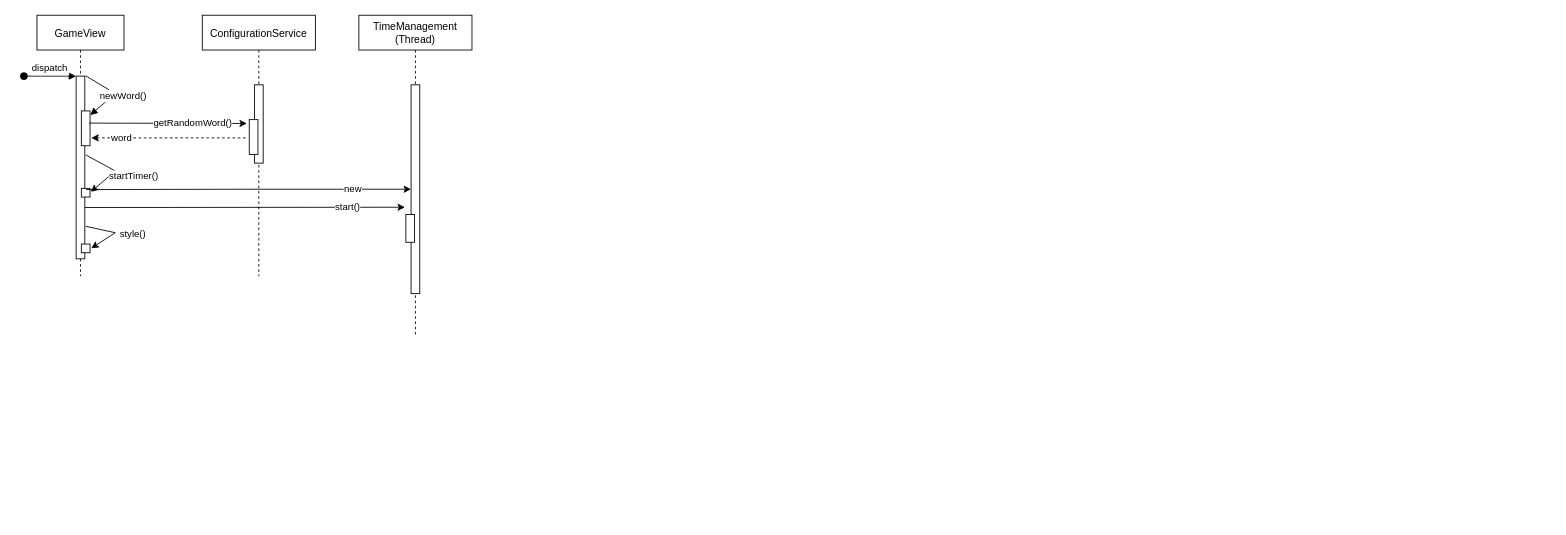
Before: SequenceDiagram.drawio in davidemarcoli/taboo-vaadin, a draw.io diagram. Source tidied: cells renumbered, new cells numbered last; positions are measured from the earlier drawing's top-left corner, leaving out a move shared by most shapes. Both pictures are drawn from the tidied source at 87%, with x=0, y=0 at pixel (23, 15).
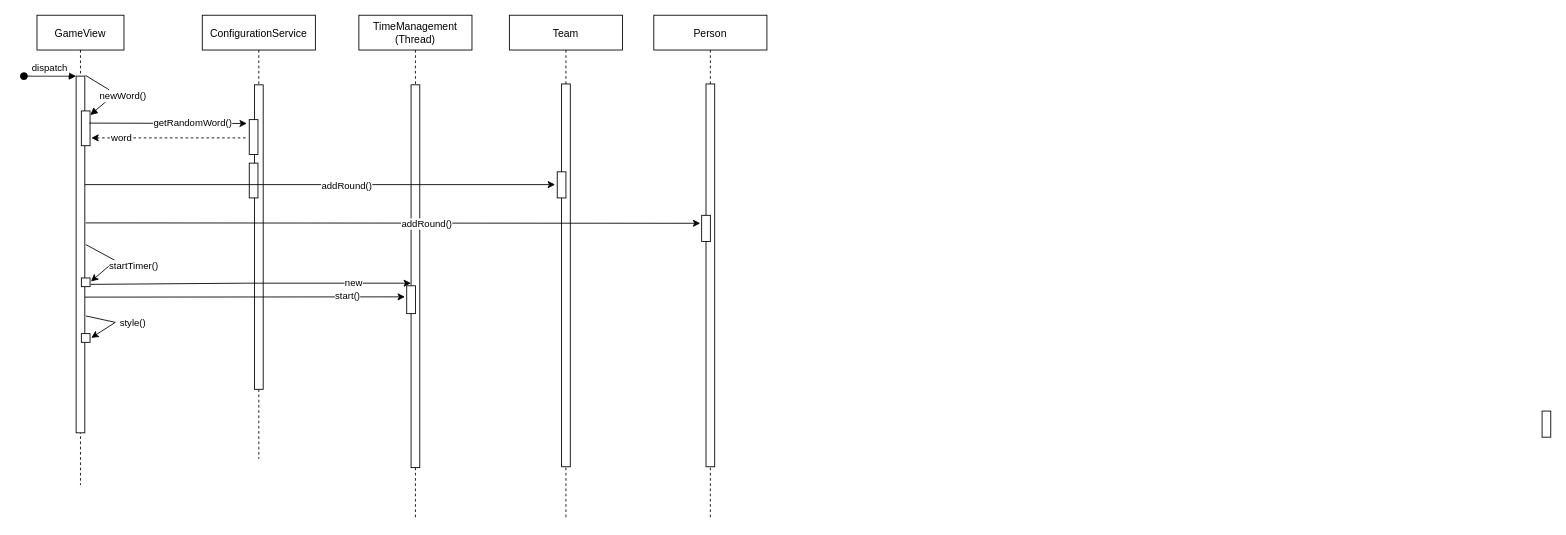
The same diagram, later.

Diff of the diagram source:
```diff
@@
     <mxCell id="2" value="GameView" style="shape=umlLifeline;perimeter=lifelinePerimeter;rounded=0;shadow=0;strokeWidth=1;" parent="1" vertex="1">
-      <mxGeometry x="15" width="100" height="300" as="geometry" />
+      <mxGeometry x="15" width="100" height="540" as="geometry" />
     </mxCell>
     <mxCell id="3" style="points=[];perimeter=orthogonalPerimeter;rounded=0;shadow=0;strokeWidth=1;" parent="2" vertex="1">
-      <mxGeometry x="45" y="70" width="10" height="210" as="geometry" />
+      <mxGeometry x="45" y="70" width="10" height="410" as="geometry" />
     </mxCell>
@@
     <mxCell id="7" style="endArrow=classic;html=1;rounded=0;exitX=1.114;exitY=0.377;exitDx=0;exitDy=0;exitPerimeter=0;entryX=1.105;entryY=0.4;entryDx=0;entryDy=0;entryPerimeter=0;" parent="2" edge="1" target="9">
       <mxGeometry relative="1" as="geometry">
-        <mxPoint x="56.1" y="160.6" as="sourcePoint" />
+        <mxPoint x="56.1" y="263.6" as="sourcePoint" />
         <Array as="points">
-          <mxPoint x="90" y="179" />
+          <mxPoint x="90" y="282" />
         </Array>
       </mxGeometry>
     </mxCell>
@@
     <mxCell id="9" style="points=[];perimeter=orthogonalPerimeter;rounded=0;shadow=0;strokeWidth=1;" parent="2" vertex="1">
-      <mxGeometry x="51" y="199" width="10" height="10" as="geometry" />
+      <mxGeometry x="51" y="302" width="10" height="10" as="geometry" />
     </mxCell>
     <mxCell id="10" value="ConfigurationService" style="shape=umlLifeline;perimeter=lifelinePerimeter;rounded=0;shadow=0;strokeWidth=1;" parent="1" vertex="1">
-      <mxGeometry x="205" width="130" height="300" as="geometry" />
+      <mxGeometry x="205" width="130" height="510" as="geometry" />
     </mxCell>
     <mxCell id="11" style="perimeter=orthogonalPerimeter;rounded=0;shadow=0;strokeWidth=1;" parent="10" vertex="1">
-      <mxGeometry x="60" y="80" width="10" height="90" as="geometry" />
+      <mxGeometry x="60" y="80" width="10" height="350" as="geometry" />
     </mxCell>
@@
+    <mxCell id="27" style="perimeter=orthogonalPerimeter;rounded=0;shadow=0;strokeWidth=1;" parent="10" vertex="1">
+      <mxGeometry x="54" y="170" width="10" height="40" as="geometry" />
+    </mxCell>
     <mxCell id="13" value="TimeManagement&#10;(Thread)" style="shape=umlLifeline;perimeter=lifelinePerimeter;rounded=0;shadow=0;strokeWidth=1;" parent="1" vertex="1">
-      <mxGeometry x="385" width="130" height="370" as="geometry" />
+      <mxGeometry x="385" width="130" height="580" as="geometry" />
     </mxCell>
     <mxCell id="14" style="perimeter=orthogonalPerimeter;rounded=0;shadow=0;strokeWidth=1;" parent="13" vertex="1">
-      <mxGeometry x="60" y="80" width="10" height="240" as="geometry" />
+      <mxGeometry x="60" y="80" width="10" height="440" as="geometry" />
     </mxCell>
+    <mxCell id="19" style="perimeter=orthogonalPerimeter;rounded=0;shadow=0;strokeWidth=1;" parent="13" vertex="1">
+      <mxGeometry x="55" y="311" width="10" height="32" as="geometry" />
+    </mxCell>
-    <mxCell id="15" style="endArrow=classic;html=1;rounded=0;exitX=1.133;exitY=0.655;exitDx=0;exitDy=0;exitPerimeter=0;" parent="1" edge="1">
+    <mxCell id="15" style="endArrow=classic;html=1;rounded=0;exitX=1.062;exitY=0.735;exitDx=0;exitDy=0;exitPerimeter=0;" parent="1" edge="1" source="9">
       <mxGeometry relative="1" as="geometry">
-        <mxPoint x="71.3" y="200.4" as="sourcePoint" />
-        <mxPoint x="445" y="200" as="targetPoint" />
+        <mxPoint x="445" y="308" as="targetPoint" />
         <Array as="points">
-          <mxPoint x="255" y="200" />
+          <mxPoint x="255" y="308" />
         </Array>
       </mxGeometry>
     </mxCell>
@@
     <mxCell id="17" style="endArrow=classic;html=1;rounded=0;exitX=0.5;exitY=0.737;exitDx=0;exitDy=0;exitPerimeter=0;entryX=-0.1;entryY=0.179;entryDx=0;entryDy=0;entryPerimeter=0;" parent="1" edge="1">
       <mxGeometry relative="1" as="geometry">
-        <mxPoint x="70" y="221" as="sourcePoint" />
-        <mxPoint x="438" y="220.7" as="targetPoint" />
+        <mxPoint x="70" y="324" as="sourcePoint" />
+        <mxPoint x="438" y="323.7" as="targetPoint" />
         <Array as="points">
-          <mxPoint x="100" y="221" />
+          <mxPoint x="100" y="324" />
         </Array>
       </mxGeometry>
     </mxCell>
@@
-    <mxCell id="19" style="perimeter=orthogonalPerimeter;rounded=0;shadow=0;strokeWidth=1;" parent="1" vertex="1">
-      <mxGeometry x="439" y="229" width="10" height="32" as="geometry" />
-    </mxCell>
@@
     <mxCell id="24" style="points=[];perimeter=orthogonalPerimeter;rounded=0;shadow=0;strokeWidth=1;" parent="1" vertex="1">
-      <mxGeometry x="66" y="263" width="10" height="10" as="geometry" />
+      <mxGeometry x="66" y="366" width="10" height="10" as="geometry" />
     </mxCell>
     <mxCell id="25" style="endArrow=classic;html=1;rounded=0;exitX=1.114;exitY=0.377;exitDx=0;exitDy=0;exitPerimeter=0;entryX=1.143;entryY=0.486;entryDx=0;entryDy=0;entryPerimeter=0;" parent="1" edge="1" target="24">
       <mxGeometry relative="1" as="geometry">
-        <mxPoint x="71.1" y="242.6" as="sourcePoint" />
+        <mxPoint x="71.1" y="345.6" as="sourcePoint" />
         <Array as="points">
-          <mxPoint x="105" y="250" />
+          <mxPoint x="105" y="353" />
         </Array>
       </mxGeometry>
     </mxCell>
@@
+    <mxCell id="28" style="endArrow=classic;html=1;rounded=0;entryX=-0.245;entryY=0.49;entryDx=0;entryDy=0;entryPerimeter=0;" parent="1" edge="1" source="3" target="32">
+      <mxGeometry relative="1" as="geometry" />
+    </mxCell>
+    <mxCell id="29" value="addRound()" style="edgeLabel;html=1;align=center;verticalAlign=middle;" parent="28" vertex="1">
+      <mxGeometry x="0.11" y="-1" relative="1" as="geometry" />
+    </mxCell>
+    <mxCell id="30" value="Team" style="shape=umlLifeline;perimeter=lifelinePerimeter;rounded=0;shadow=0;strokeWidth=1;" parent="1" vertex="1">
+      <mxGeometry x="558" width="130" height="580" as="geometry" />
+    </mxCell>
+    <mxCell id="31" style="perimeter=orthogonalPerimeter;rounded=0;shadow=0;strokeWidth=1;" parent="30" vertex="1">
+      <mxGeometry x="60" y="79" width="10" height="440" as="geometry" />
+    </mxCell>
+    <mxCell id="32" style="points=[];perimeter=orthogonalPerimeter;rounded=0;shadow=0;strokeWidth=1;" parent="30" vertex="1">
+      <mxGeometry x="55" y="180" width="10" height="30" as="geometry" />
+    </mxCell>
+    <mxCell id="33" value="Person" style="shape=umlLifeline;perimeter=lifelinePerimeter;rounded=0;shadow=0;strokeWidth=1;" parent="1" vertex="1">
+      <mxGeometry x="724" width="130" height="580" as="geometry" />
+    </mxCell>
+    <mxCell id="34" style="perimeter=orthogonalPerimeter;rounded=0;shadow=0;strokeWidth=1;" parent="33" vertex="1">
+      <mxGeometry x="60" y="79" width="10" height="440" as="geometry" />
+    </mxCell>
+    <mxCell id="35" style="perimeter=orthogonalPerimeter;rounded=0;shadow=0;strokeWidth=1;" parent="33" vertex="1">
+      <mxGeometry x="1021" y="455" width="10" height="30" as="geometry" />
+    </mxCell>
+    <mxCell id="36" style="points=[];perimeter=orthogonalPerimeter;rounded=0;shadow=0;strokeWidth=1;" parent="33" vertex="1">
+      <mxGeometry x="55" y="230" width="10" height="30" as="geometry" />
+    </mxCell>
+    <mxCell id="37" style="endArrow=classic;html=1;rounded=0;entryX=-0.155;entryY=0.305;entryDx=0;entryDy=0;entryPerimeter=0;" parent="1" edge="1" target="36">
+      <mxGeometry relative="1" as="geometry">
+        <mxPoint x="71" y="238.7" as="sourcePoint" />
+      </mxGeometry>
+    </mxCell>
+    <mxCell id="38" value="addRound()" style="edgeLabel;html=1;align=center;verticalAlign=middle;" parent="37" vertex="1">
+      <mxGeometry x="0.11" y="-1" relative="1" as="geometry" />
+    </mxCell>
```
